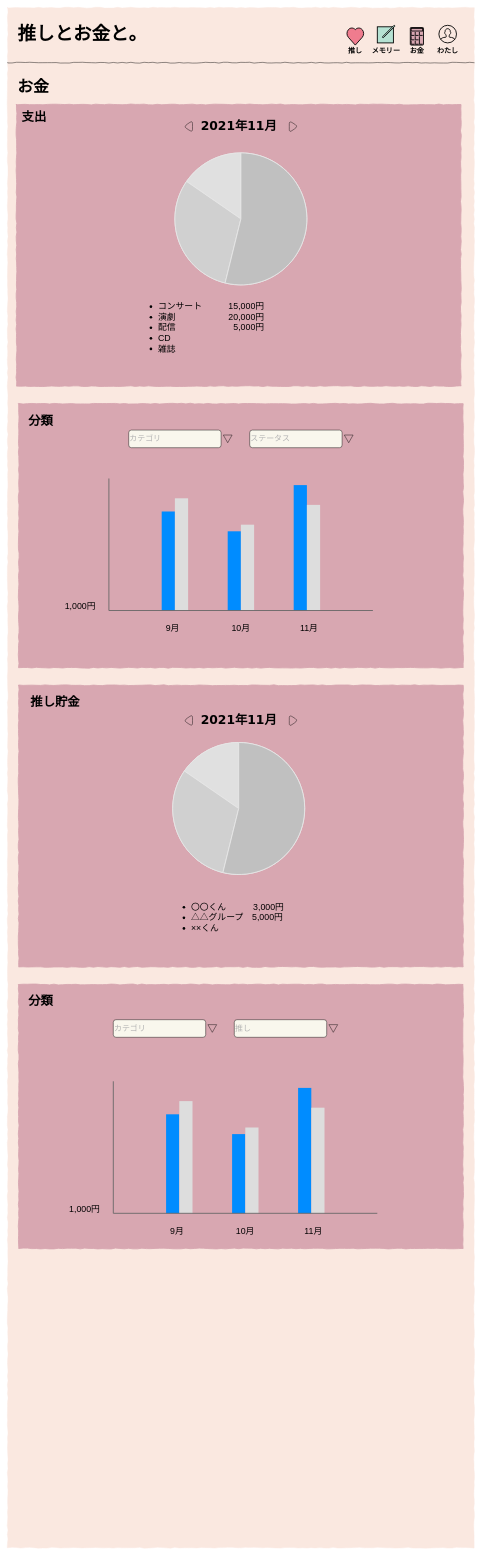
Above: page "お金" (13 of 19) of Untitled Diagram.drawio in yuko-miyamoto/Laravel_10 (draw.io), before the change. Source tidied: cells renumbered, new cells numbered last; positions are measured from the earlier drawing's top-left corner, leaving out a move shared by most shapes. Both pictures are drawn from the tidied source at 44%, with x=0, y=0 at pixel (7, 7).
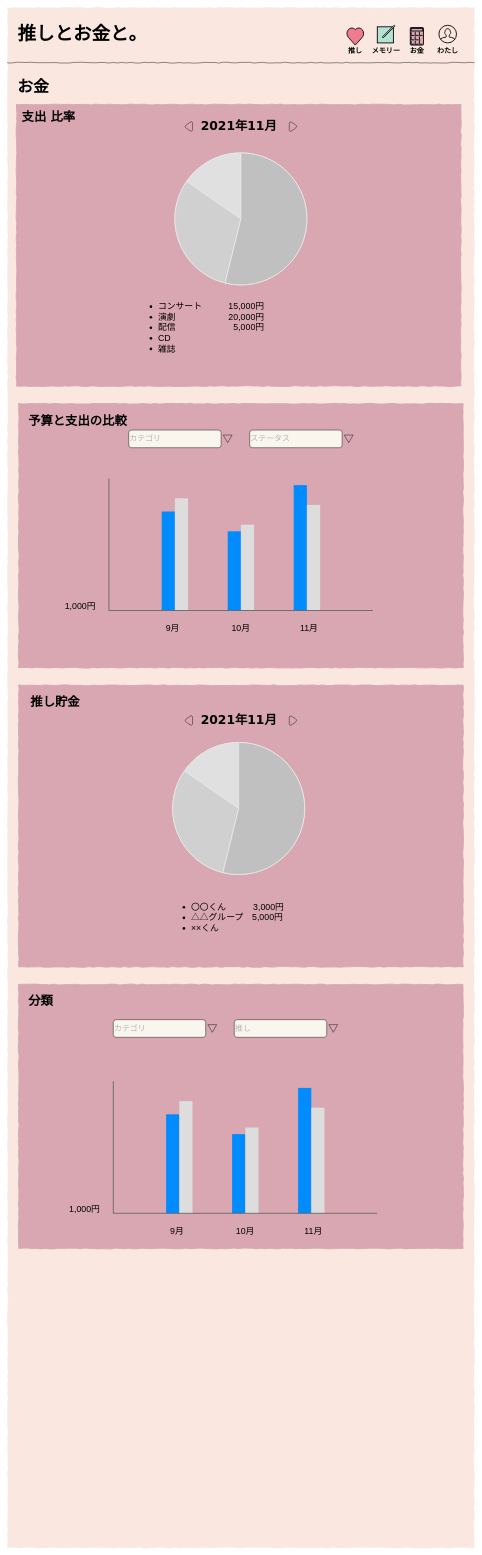
The same diagram, later.

What changed in the source:
```diff
@@
-    <mxCell id="23" value="支出" style="text;html=1;align=left;verticalAlign=middle;spacingTop=-4;fontSize=28;fontFamily=Verdana;fontStyle=1;" parent="1" vertex="1">
+    <mxCell id="23" value="支出 比率" style="text;html=1;align=left;verticalAlign=middle;spacingTop=-4;fontSize=28;fontFamily=Verdana;fontStyle=1;" parent="1" vertex="1">
       <mxGeometry x="30" y="230" width="170" height="40" as="geometry" />
     </mxCell>
-    <mxCell id="24" value="分類" style="text;html=1;align=left;verticalAlign=middle;spacingTop=-4;fontSize=28;fontFamily=Verdana;fontStyle=1;" parent="1" vertex="1">
+    <mxCell id="24" value="予算と支出の比較" style="text;html=1;align=left;verticalAlign=middle;spacingTop=-4;fontSize=28;fontFamily=Verdana;fontStyle=1;" parent="1" vertex="1">
       <mxGeometry x="45" y="920" width="170" height="40" as="geometry" />
     </mxCell>
```
